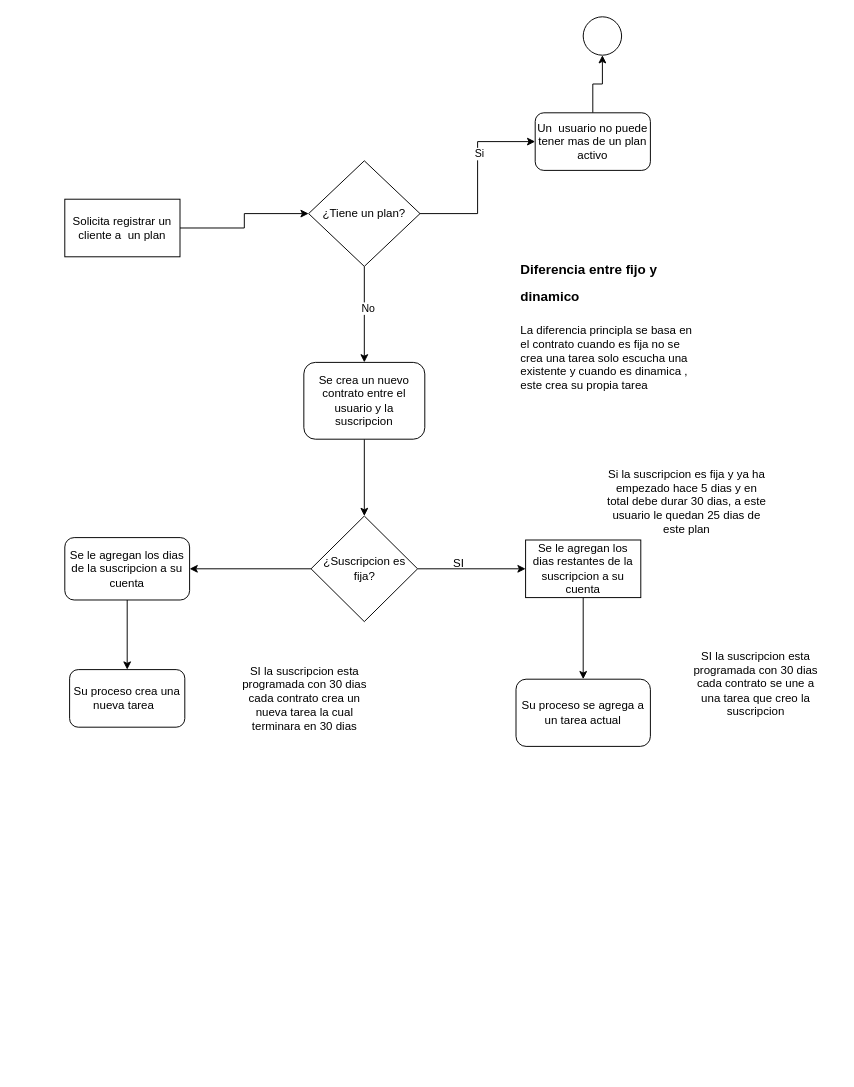
Earlier version of the draw.io diagram page "Flow User" (2 of 3) of reources/diagrams/suscription.drawio (leobar37/wellness). Source tidied: cells renumbered, new cells numbered last; positions are measured from the earlier drawing's top-left corner, leaving out a move shared by most shapes. Both pictures are drawn from the tidied source at 96%, with x=0, y=0 at pixel (64, 16).
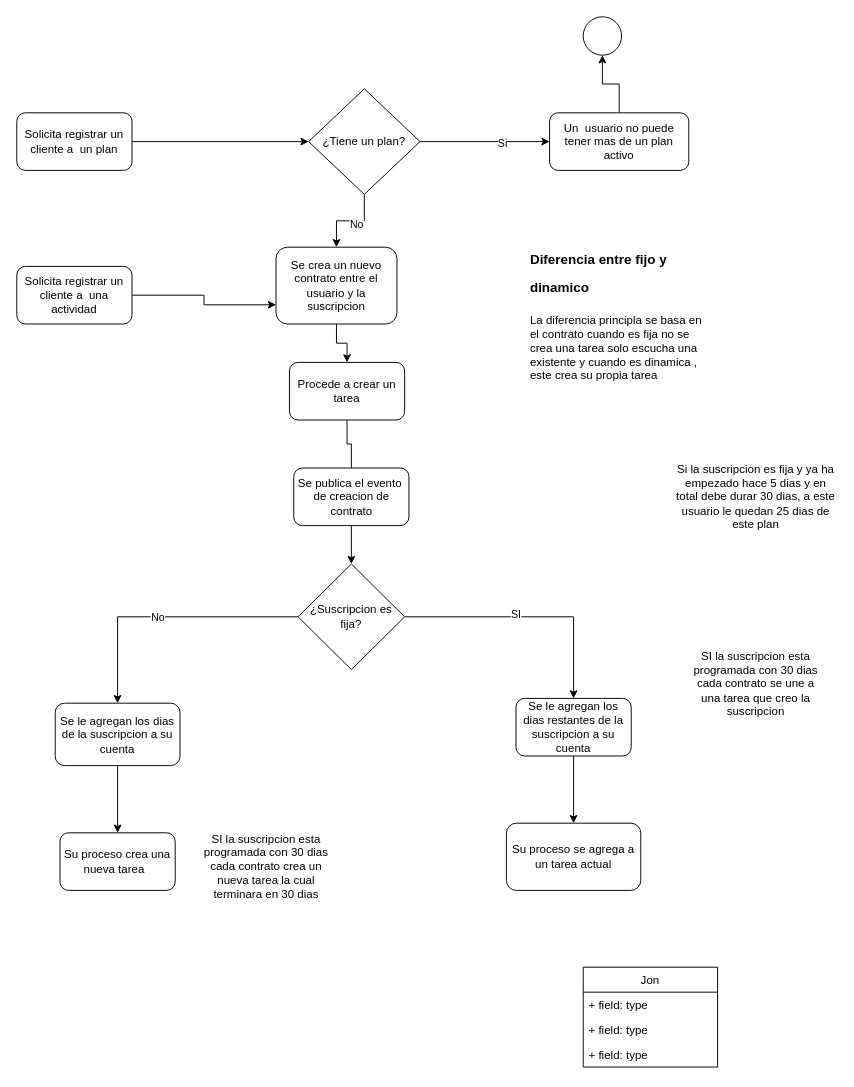
The same diagram, later.

The change refers to these unchanged cells:
```xml
<mxCell id="14" style="edgeStyle=orthogonalEdgeStyle;rounded=0;jettySize=auto;html=1;" parent="1" edge="1" source="16" target="18">
  <mxGeometry relative="1" as="geometry" />
</mxCell>
```

The edit, as a diff of the source:
```diff
@@
-    <mxCell id="3" value="Solicita registrar un cliente a&amp;nbsp; un plan" style="rounded=0;whiteSpace=wrap;html=1;" parent="1" vertex="1">
-      <mxGeometry y="190" width="120" height="60" as="geometry" />
+    <mxCell id="3" value="Solicita registrar un cliente a&amp;nbsp; un plan" style="rounded=1;whiteSpace=wrap;html=1;" parent="1" vertex="1">
+      <mxGeometry x="-50" y="100" width="120" height="60" as="geometry" />
     </mxCell>
@@
     <mxCell id="8" value="¿Tiene un plan?" style="rhombus;whiteSpace=wrap;html=1;rounded=0;" parent="1" vertex="1">
-      <mxGeometry x="254" y="150" width="116" height="110" as="geometry" />
+      <mxGeometry x="254" y="75" width="116" height="110" as="geometry" />
     </mxCell>
@@
     <mxCell id="11" value="Un&amp;nbsp; usuario no puede tener mas de un plan activo" style="rounded=1;whiteSpace=wrap;html=1;" parent="1" vertex="1">
-      <mxGeometry x="490" y="100" width="120" height="60" as="geometry" />
+      <mxGeometry x="505" y="100" width="145" height="60" as="geometry" />
     </mxCell>
-    <mxCell id="12" style="edgeStyle=orthogonalEdgeStyle;rounded=0;jettySize=auto;html=1;" parent="1" edge="1" source="13" target="16">
-      <mxGeometry relative="1" as="geometry" />
-    </mxCell>
+    <mxCell id="28" style="edgeStyle=orthogonalEdgeStyle;rounded=0;jettySize=auto;html=1;" parent="1" edge="1" source="13" target="33">
+      <mxGeometry relative="1" as="geometry" />
+    </mxCell>
     <mxCell id="13" value="Se crea un nuevo contrato entre el usuario y la suscripcion" style="rounded=1;whiteSpace=wrap;html=1;" parent="1" vertex="1">
-      <mxGeometry x="249" y="360" width="126" height="80" as="geometry" />
+      <mxGeometry x="220" y="240" width="126" height="80" as="geometry" />
     </mxCell>
+    <mxCell id="15" style="edgeStyle=orthogonalEdgeStyle;rounded=0;jettySize=auto;html=1;" parent="1" edge="1" source="16" target="22">
+      <mxGeometry relative="1" as="geometry" />
+    </mxCell>
+    <mxCell id="29" value="No" style="edgeLabel;html=1;align=center;verticalAlign=middle;" parent="15" vertex="1">
+      <mxGeometry x="0.06" relative="1" as="geometry" />
+    </mxCell>
@@
-    <mxCell id="15" style="edgeStyle=orthogonalEdgeStyle;rounded=0;jettySize=auto;html=1;entryX=1;entryY=0.5;entryDx=0;entryDy=0;" parent="1" edge="1" source="16" target="22">
-      <mxGeometry relative="1" as="geometry" />
-    </mxCell>
+    <mxCell id="20" value="SI" style="edgeLabel;html=1;align=center;verticalAlign=middle;" parent="14" vertex="1">
+      <mxGeometry x="-0.12" y="3" relative="1" as="geometry" />
+    </mxCell>
     <mxCell id="16" value="¿Suscripcion es fija?" style="rhombus;whiteSpace=wrap;html=1;rounded=0;" parent="1" vertex="1">
-      <mxGeometry x="256.5" y="520" width="111" height="110" as="geometry" />
+      <mxGeometry x="243" y="570" width="111" height="110" as="geometry" />
     </mxCell>
@@
-    <mxCell id="18" value="Se le agregan los dias restantes de la suscripcion a su cuenta" style="whiteSpace=wrap;html=1;rounded=0;" parent="1" vertex="1">
-      <mxGeometry x="480" y="545" width="120" height="60" as="geometry" />
+    <mxCell id="18" value="Se le agregan los dias restantes de la suscripcion a su cuenta" style="whiteSpace=wrap;html=1;rounded=1;glass=0;sketch=0;shadow=0;" parent="1" vertex="1">
+      <mxGeometry x="470" y="710" width="120" height="60" as="geometry" />
     </mxCell>
     <mxCell id="19" value="Si la suscripcion es fija y ya ha empezado hace 5 dias y en total debe durar 30 dias, a este usuario le quedan 25 dias de este plan" style="text;html=1;strokeColor=none;fillColor=none;align=center;verticalAlign=middle;whiteSpace=wrap;rounded=0;" parent="1" vertex="1">
-      <mxGeometry x="563" y="450" width="170" height="110" as="geometry" />
+      <mxGeometry x="635" y="445" width="170" height="110" as="geometry" />
     </mxCell>
-    <mxCell id="20" value="SI" style="text;html=1;align=center;verticalAlign=middle;strokeColor=none;" parent="1" vertex="1">
-      <mxGeometry x="395" y="560" width="30" height="20" as="geometry" />
-    </mxCell>
@@
     <mxCell id="22" value="Se le agregan los dias de la suscripcion a su cuenta" style="rounded=1;whiteSpace=wrap;html=1;" parent="1" vertex="1">
-      <mxGeometry y="542.5" width="130" height="65" as="geometry" />
+      <mxGeometry x="-10" y="715" width="130" height="65" as="geometry" />
     </mxCell>
     <mxCell id="23" value="Su proceso se agrega a un tarea actual" style="rounded=1;whiteSpace=wrap;html=1;" parent="1" vertex="1">
-      <mxGeometry x="470" y="690" width="140" height="70" as="geometry" />
+      <mxGeometry x="460" y="840" width="140" height="70" as="geometry" />
     </mxCell>
     <mxCell id="24" value="Su proceso crea una nueva tarea&amp;nbsp;&amp;nbsp;" style="rounded=1;whiteSpace=wrap;html=1;" parent="1" vertex="1">
-      <mxGeometry x="5" y="680" width="120" height="60" as="geometry" />
+      <mxGeometry x="-5" y="850" width="120" height="60" as="geometry" />
     </mxCell>
     <mxCell id="25" value="SI la suscripcion esta programada con 30 dias cada contrato crea un nueva tarea la cual terminara en 30 dias" style="text;html=1;strokeColor=none;fillColor=none;align=center;verticalAlign=middle;whiteSpace=wrap;rounded=0;" parent="1" vertex="1">
-      <mxGeometry x="180" y="665" width="140" height="90" as="geometry" />
+      <mxGeometry x="140" y="840" width="140" height="90" as="geometry" />
     </mxCell>
@@
     <mxCell id="27" value="&lt;h1&gt;&lt;font style=&quot;font-size: 14px&quot;&gt;Diferencia entre fijo y dinamico&lt;/font&gt;&lt;/h1&gt;&lt;p&gt;La diferencia principla se basa en el contrato cuando es fija no se crea una tarea solo escucha una existente y cuando es dinamica , este crea su propia tarea&lt;/p&gt;" style="text;html=1;strokeColor=none;fillColor=none;spacing=5;spacingTop=-20;whiteSpace=wrap;overflow=hidden;rounded=0;" parent="1" vertex="1">
-      <mxGeometry x="470" y="240" width="190" height="160" as="geometry" />
+      <mxGeometry x="480" y="230" width="190" height="160" as="geometry" />
     </mxCell>
+    <mxCell id="30" style="edgeStyle=orthogonalEdgeStyle;rounded=0;jettySize=auto;html=1;entryX=0;entryY=0.75;entryDx=0;entryDy=0;" parent="1" edge="1" source="31" target="13">
+      <mxGeometry relative="1" as="geometry" />
+    </mxCell>
+    <mxCell id="31" value="Solicita registrar un cliente a&amp;nbsp; una actividad" style="rounded=1;whiteSpace=wrap;html=1;" parent="1" vertex="1">
+      <mxGeometry x="-50" y="260" width="120" height="60" as="geometry" />
+    </mxCell>
+    <mxCell id="32" style="edgeStyle=orthogonalEdgeStyle;rounded=0;jettySize=auto;html=1;startArrow=none;" parent="1" edge="1" source="34" target="16">
+      <mxGeometry relative="1" as="geometry" />
+    </mxCell>
+    <mxCell id="33" value="Procede a crear un tarea" style="rounded=1;whiteSpace=wrap;html=1;" parent="1" vertex="1">
+      <mxGeometry x="234" y="360" width="120" height="60" as="geometry" />
+    </mxCell>
+    <mxCell id="34" value="Se publica el evento&amp;nbsp; de creacion de contrato" style="rounded=1;whiteSpace=wrap;html=1;" parent="1" vertex="1">
+      <mxGeometry x="238.5" y="470" width="120" height="60" as="geometry" />
+    </mxCell>
+    <mxCell id="35" style="edgeStyle=orthogonalEdgeStyle;rounded=0;jettySize=auto;html=1;endArrow=none;" parent="1" edge="1" source="33" target="34">
+      <mxGeometry relative="1" as="geometry" />
+    </mxCell>
+    <mxCell id="36" value="Jon" style="swimlane;fontStyle=0;horizontal=1;startSize=26;fillColor=none;" parent="1" vertex="1">
+      <mxGeometry x="540" y="990" width="140" height="104" as="geometry" />
+    </mxCell>
+    <mxCell id="37" value="+ field: type" style="text;strokeColor=none;fillColor=none;align=left;verticalAlign=top;spacingLeft=4;spacingRight=4;overflow=hidden;" parent="36" vertex="1">
+      <mxGeometry y="26" width="140" height="26" as="geometry" />
+    </mxCell>
+    <mxCell id="38" value="+ field: type" style="text;strokeColor=none;fillColor=none;align=left;verticalAlign=top;spacingLeft=4;spacingRight=4;overflow=hidden;" parent="36" vertex="1">
+      <mxGeometry y="52" width="140" height="26" as="geometry" />
+    </mxCell>
+    <mxCell id="39" value="+ field: type" style="text;strokeColor=none;fillColor=none;align=left;verticalAlign=top;spacingLeft=4;spacingRight=4;overflow=hidden;" parent="36" vertex="1">
+      <mxGeometry y="78" width="140" height="26" as="geometry" />
+    </mxCell>
```
